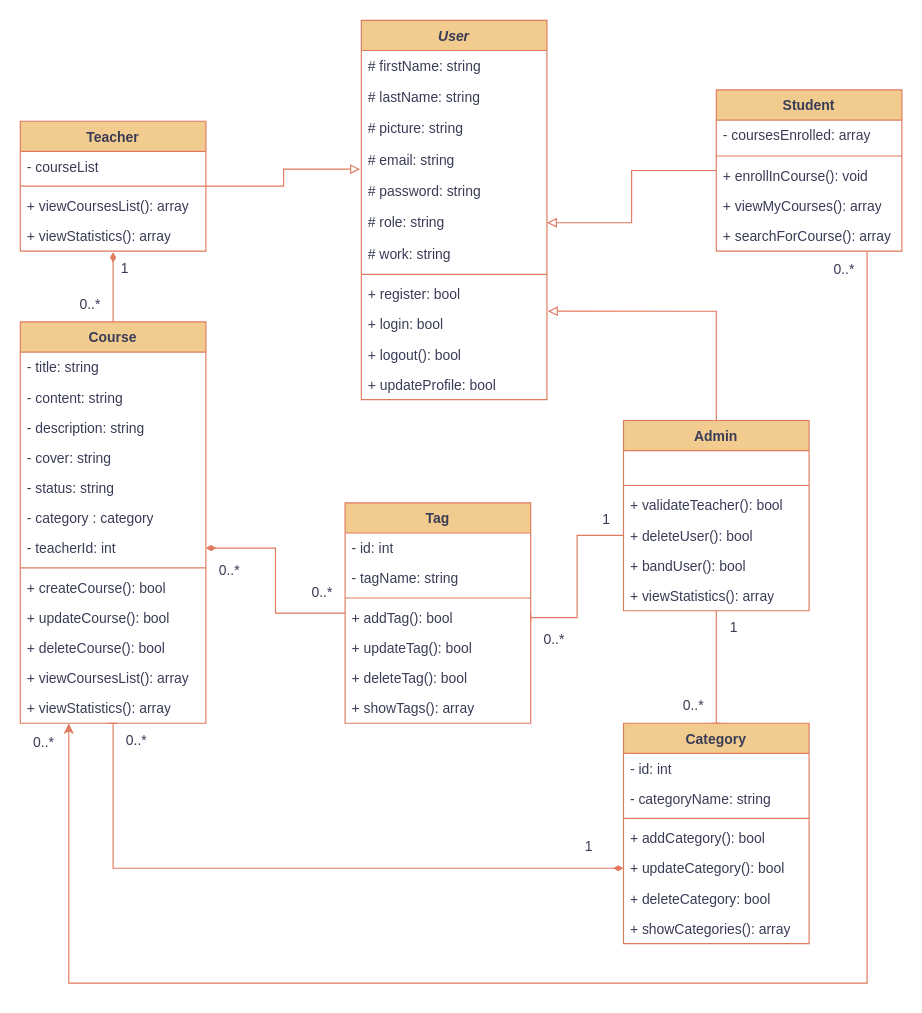
This is diagrams/class-diagram.drawio from aliyara290/GoLearning, a draw.io file, before an edit. Source tidied: cells renumbered, new cells numbered last; positions are measured from the earlier drawing's top-left corner, leaving out a move shared by most shapes. Both pictures are drawn from the tidied source at 116%, with x=0, y=0 at pixel (20, 20).
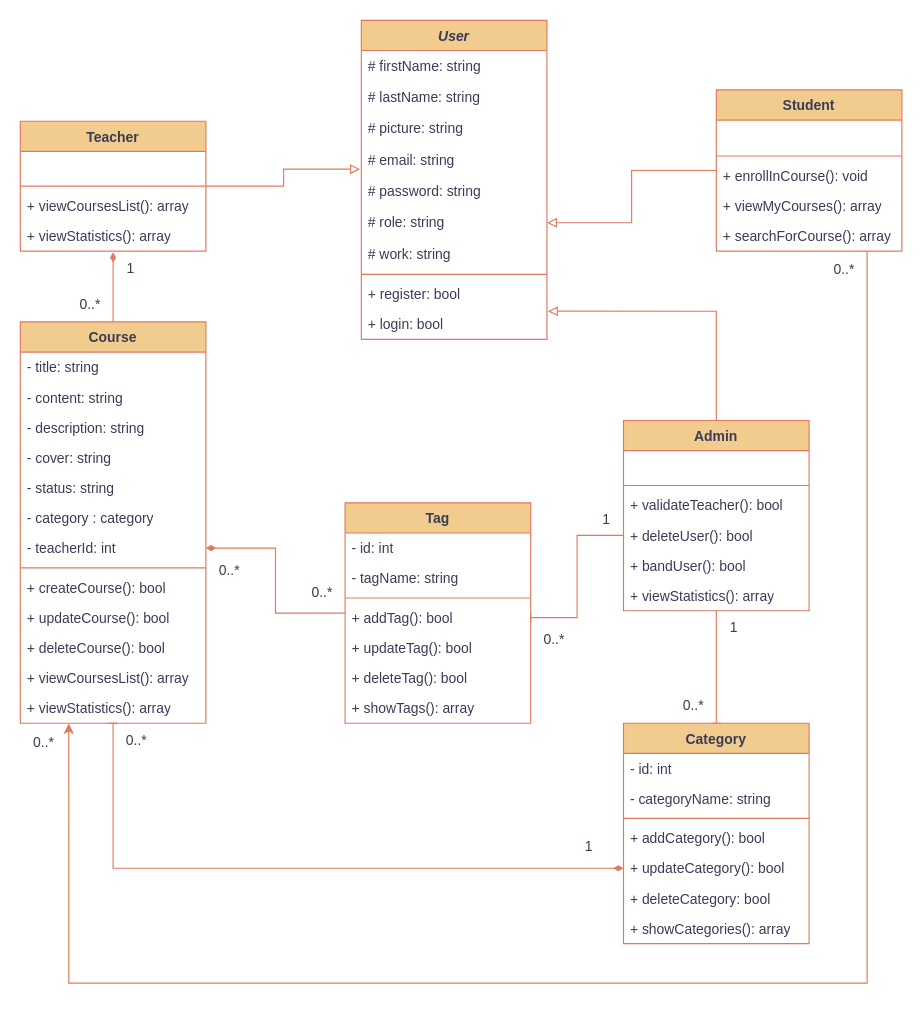
The same page after the edit.

Commit message (it also covers changes not shown here):
push rest of code

Unchanged cells that the change refers to:
```xml
<mxCell id="16" value="Student" style="swimlane;fontStyle=1;align=center;verticalAlign=top;horizontal=1;startSize=26;whiteSpace=wrap;html=1;labelBackgroundColor=none;fillColor=#F2CC8F;strokeColor=#E07A5F;fontColor=#393C56;" parent="1" vertex="1">
  <mxGeometry x="600" y="60" width="160" height="139" as="geometry" />
</mxCell>
<mxCell id="22" value="Teacher" style="swimlane;fontStyle=1;align=center;verticalAlign=top;horizontal=1;startSize=26;whiteSpace=wrap;html=1;labelBackgroundColor=none;fillColor=#F2CC8F;strokeColor=#E07A5F;fontColor=#393C56;" parent="1" vertex="1">
  <mxGeometry y="87" width="160" height="112" as="geometry" />
</mxCell>
```

Diff of the diagram source:
```diff
@@
     <mxCell id="2" value="&lt;i&gt;User&lt;/i&gt;" style="swimlane;fontStyle=1;align=center;verticalAlign=top;horizontal=1;startSize=26;whiteSpace=wrap;html=1;labelBackgroundColor=none;fillColor=#F2CC8F;strokeColor=#E07A5F;fontColor=#393C56;" parent="1" vertex="1">
-      <mxGeometry x="294" width="160" height="327" as="geometry" />
+      <mxGeometry x="294" width="160" height="275" as="geometry" />
     </mxCell>
@@
-    <mxCell id="13" value="+ logout(): bool" style="text;strokeColor=none;fillColor=none;align=left;verticalAlign=top;spacingLeft=4;spacingRight=4;overflow=hidden;whiteSpace=wrap;html=1;labelBackgroundColor=none;fontColor=#393C56;" parent="2" vertex="1">
-      <mxGeometry y="275" width="160" height="26" as="geometry" />
-    </mxCell>
-    <mxCell id="14" value="+ updateProfile: bool" style="text;strokeColor=none;fillColor=none;align=left;verticalAlign=top;spacingLeft=4;spacingRight=4;overflow=hidden;whiteSpace=wrap;html=1;labelBackgroundColor=none;fontColor=#393C56;" parent="2" vertex="1">
-      <mxGeometry y="301" width="160" height="26" as="geometry" />
-    </mxCell>
@@
-    <mxCell id="17" value="- coursesEnrolled: array" style="text;strokeColor=none;fillColor=none;align=left;verticalAlign=top;spacingLeft=4;spacingRight=4;overflow=hidden;whiteSpace=wrap;html=1;labelBackgroundColor=none;fontColor=#393C56;" parent="16" vertex="1">
+    <mxCell id="17" value="&amp;nbsp;" style="text;strokeColor=none;fillColor=none;align=left;verticalAlign=top;spacingLeft=4;spacingRight=4;overflow=hidden;whiteSpace=wrap;html=1;labelBackgroundColor=none;fontColor=#393C56;" parent="16" vertex="1">
       <mxGeometry y="26" width="160" height="27" as="geometry" />
     </mxCell>
@@
-    <mxCell id="23" value="- courseList" style="text;strokeColor=none;fillColor=none;align=left;verticalAlign=top;spacingLeft=4;spacingRight=4;overflow=hidden;whiteSpace=wrap;html=1;labelBackgroundColor=none;fontColor=#393C56;" parent="22" vertex="1">
+    <mxCell id="23" value="&amp;nbsp;" style="text;strokeColor=none;fillColor=none;align=left;verticalAlign=top;spacingLeft=4;spacingRight=4;overflow=hidden;whiteSpace=wrap;html=1;labelBackgroundColor=none;fontColor=#393C56;" parent="22" vertex="1">
       <mxGeometry y="26" width="160" height="26" as="geometry" />
     </mxCell>
@@
     <mxCell id="71" value="1" style="text;html=1;align=center;verticalAlign=middle;strokeColor=none;fillColor=none;fontColor=#393C56;" parent="1" vertex="1">
-      <mxGeometry x="75" y="199" width="30" height="30" as="geometry" />
+      <mxGeometry x="80" y="199" width="30" height="30" as="geometry" />
     </mxCell>
```
